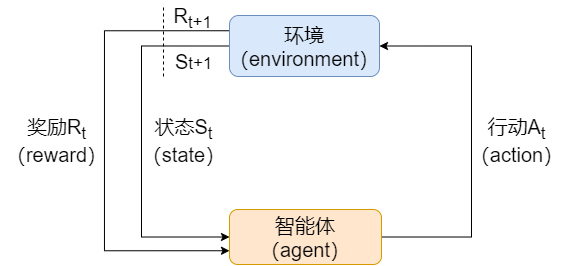
This is rl.drawio.png from lakomi/pictures, a draw.io export, as it was before one commit. Source tidied: cells renumbered, new cells last; positions are measured from the earlier drawing's top-left corner, leaving out a move shared by most shapes.
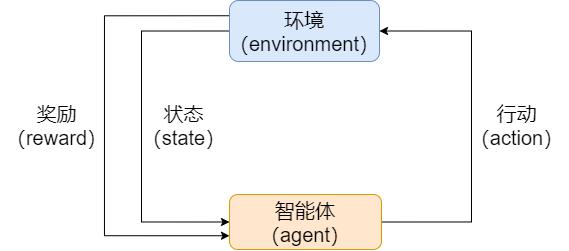
The same diagram one commit later.

The edit, as a diff of the source:
```diff
@@ -5,53 +5,41 @@
     <mxCell id="2" style="edgeStyle=orthogonalEdgeStyle;rounded=0;jettySize=auto;html=1;exitX=0;exitY=0.5;exitDx=0;exitDy=0;entryX=0;entryY=0.5;entryDx=0;entryDy=0;fontSize=20;strokeColor=#000000;" parent="1" edge="1" source="4" target="6">
       <mxGeometry relative="1" as="geometry">
         <Array as="points">
-          <mxPoint x="141" y="45" />
-          <mxPoint x="141" y="237" />
+          <mxPoint x="141" y="42" />
+          <mxPoint x="141" y="234" />
         </Array>
       </mxGeometry>
     </mxCell>
     <mxCell id="3" style="edgeStyle=orthogonalEdgeStyle;rounded=0;jettySize=auto;html=1;exitX=0;exitY=0.25;exitDx=0;exitDy=0;entryX=0;entryY=0.75;entryDx=0;entryDy=0;fontSize=20;strokeColor=#000000;" parent="1" edge="1" source="4" target="6">
       <mxGeometry relative="1" as="geometry">
         <Array as="points">
-          <mxPoint x="104" y="30" />
-          <mxPoint x="104" y="250" />
+          <mxPoint x="104" y="27" />
+          <mxPoint x="104" y="247" />
         </Array>
       </mxGeometry>
     </mxCell>
     <mxCell id="4" value="环境（environment）" style="rounded=1;whiteSpace=wrap;html=1;fontSize=20;fillColor=#dae8fc;strokeColor=#6c8ebf;" parent="1" vertex="1">
-      <mxGeometry x="229" y="15" width="150" height="61" as="geometry" />
+      <mxGeometry x="229" y="12" width="150" height="61" as="geometry" />
     </mxCell>
     <mxCell id="5" style="edgeStyle=orthogonalEdgeStyle;rounded=0;jettySize=auto;html=1;exitX=1;exitY=0.5;exitDx=0;exitDy=0;entryX=1;entryY=0.5;entryDx=0;entryDy=0;fontSize=20;strokeColor=#000000;" parent="1" edge="1" source="6" target="4">
       <mxGeometry relative="1" as="geometry">
         <Array as="points">
-          <mxPoint x="471" y="237" />
-          <mxPoint x="471" y="45" />
+          <mxPoint x="471" y="234" />
+          <mxPoint x="471" y="42" />
         </Array>
       </mxGeometry>
     </mxCell>
     <mxCell id="6" value="智能体&lt;br&gt;（agent）" style="rounded=1;whiteSpace=wrap;html=1;fontSize=20;fillColor=#ffe6cc;strokeColor=#d79b00;" parent="1" vertex="1">
-      <mxGeometry x="229" y="209" width="152" height="55" as="geometry" />
+      <mxGeometry x="229" y="206" width="152" height="55" as="geometry" />
     </mxCell>
-    <mxCell id="7" value="行动A&lt;sub&gt;t&lt;/sub&gt;&lt;br&gt;（action）" style="text;html=1;align=center;verticalAlign=middle;strokeColor=none;fillColor=none;fontSize=20;" parent="1" vertex="1">
-      <mxGeometry x="464" y="111" width="104" height="58" as="geometry" />
+    <mxCell id="7" value="行动&lt;br&gt;（action）" style="text;html=1;align=center;verticalAlign=middle;strokeColor=none;fillColor=none;fontSize=20;" parent="1" vertex="1">
+      <mxGeometry x="464" y="111" width="104" height="52" as="geometry" />
     </mxCell>
-    <mxCell id="8" value="状态S&lt;sub&gt;t&lt;/sub&gt;&lt;br&gt;（state）" style="text;html=1;align=center;verticalAlign=middle;strokeColor=none;fillColor=none;fontSize=20;" parent="1" vertex="1">
-      <mxGeometry x="136" y="111" width="93" height="58" as="geometry" />
+    <mxCell id="8" value="状态&lt;br&gt;（state）" style="text;html=1;align=center;verticalAlign=middle;strokeColor=none;fillColor=none;fontSize=20;" parent="1" vertex="1">
+      <mxGeometry x="136" y="111" width="93" height="52" as="geometry" />
     </mxCell>
-    <mxCell id="9" value="奖励R&lt;sub&gt;t&lt;/sub&gt;&lt;br&gt;（reward）" style="text;html=1;align=center;verticalAlign=middle;strokeColor=none;fillColor=none;fontSize=20;" parent="1" vertex="1">
-      <mxGeometry y="111" width="111" height="58" as="geometry" />
+    <mxCell id="9" value="奖励&lt;br&gt;（reward）" style="text;html=1;align=center;verticalAlign=middle;strokeColor=none;fillColor=none;fontSize=20;" parent="1" vertex="1">
+      <mxGeometry y="111" width="111" height="52" as="geometry" />
     </mxCell>
-    <mxCell id="10" style="endArrow=none;dashed=1;html=1;rounded=0;fontSize=20;strokeColor=#000000;" parent="1" edge="1">
-      <mxGeometry relative="1" as="geometry">
-        <mxPoint x="163" y="76" as="sourcePoint" />
-        <mxPoint x="163" y="6" as="targetPoint" />
-      </mxGeometry>
-    </mxCell>
-    <mxCell id="11" value="R&lt;sub&gt;t+1&lt;/sub&gt;" style="text;html=1;align=center;verticalAlign=middle;strokeColor=none;fillColor=none;fontSize=20;" parent="1" vertex="1">
-      <mxGeometry x="168" width="48" height="34" as="geometry" />
-    </mxCell>
-    <mxCell id="12" value="&lt;sub&gt;&lt;span style=&quot;font-size: 20px&quot;&gt;S&lt;/span&gt;t+1&lt;/sub&gt;" style="text;html=1;align=center;verticalAlign=middle;strokeColor=none;fillColor=none;fontSize=20;" parent="1" vertex="1">
-      <mxGeometry x="169" y="42" width="47" height="34" as="geometry" />
-    </mxCell>
   </root>
 </mxGraphModel>
```
